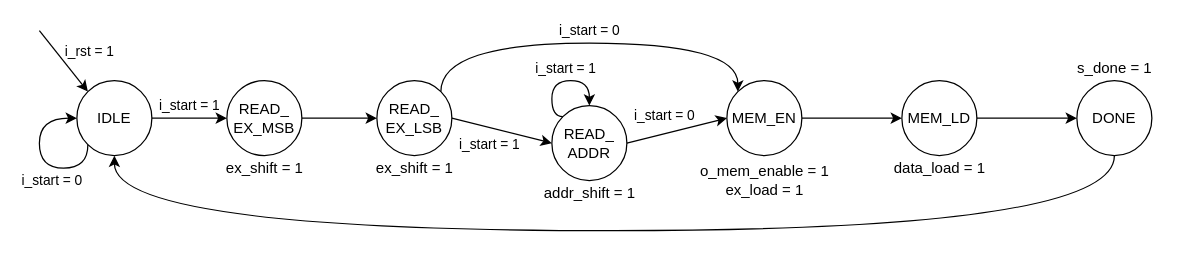
Above: fsm.drawio in Furrrlo/serial_ram_deref (draw.io), before the change. Source tidied: cells renumbered, new cells numbered last; positions are measured from the earlier drawing's top-left corner, leaving out a move shared by most shapes. Both pictures are drawn from the tidied source at 125%, with x=0, y=0 at pixel (39, 30).
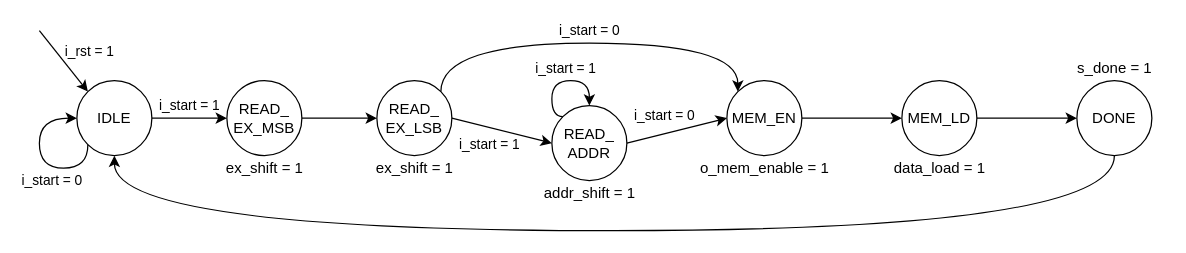
The same diagram, later.

Commit message (it also covers changes not shown here):
Removed ex_load from fsm

Diff of the diagram source:
```diff
@@
-    <mxCell id="21" value="o_mem_enable = 1&lt;br&gt;ex_load = 1" style="text;html=1;align=center;verticalAlign=middle;strokeColor=none;fillColor=none;spacing=0;labelBackgroundColor=none;" parent="1" vertex="1">
-      <mxGeometry x="520" y="100" width="120" height="40" as="geometry" />
+    <mxCell id="21" value="o_mem_enable = 1" style="text;html=1;align=center;verticalAlign=middle;strokeColor=none;fillColor=none;spacing=0;labelBackgroundColor=none;" parent="1" vertex="1">
+      <mxGeometry x="520" y="100" width="120" height="20" as="geometry" />
     </mxCell>
```
